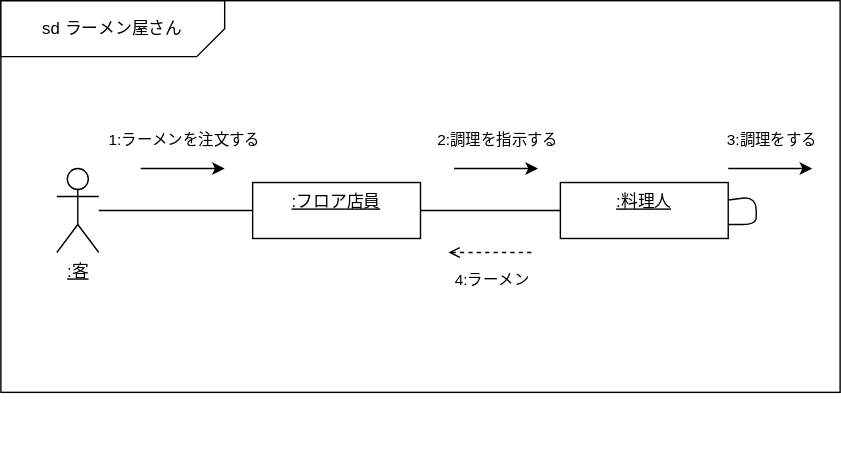
Above: 例題5-1_ラーメン注文配膳.drawio.svg in yoshidasen/uml-introduction (draw.io), before the change. Source tidied: cells renumbered, new cells last; positions are measured from the earlier drawing's top-left corner, leaving out a move shared by most shapes. Source of this version:
```xml
<mxGraphModel>
  <root>
    <mxCell id="0" />
    <mxCell id="1" parent="0" />
    <mxCell id="2" style="group;" parent="1" vertex="1">
      <mxGeometry width="600" height="320" as="geometry" />
    </mxCell>
    <mxCell id="3" style="rounded=0;whiteSpace=wrap;html=1;" parent="2" vertex="1">
      <mxGeometry width="600" height="280" as="geometry" />
    </mxCell>
    <mxCell id="4" value="sd ラーメン屋さん" style="shape=card;whiteSpace=wrap;html=1;flipH=1;flipV=1;size=20;" parent="2" vertex="1">
      <mxGeometry width="160" height="40" as="geometry" />
    </mxCell>
    <mxCell id="5" value="&lt;u&gt;:客&lt;/u&gt;" style="shape=umlActor;verticalLabelPosition=bottom;verticalAlign=top;html=1;outlineConnect=0;" parent="2" vertex="1">
      <mxGeometry x="40" y="120" width="30" height="60" as="geometry" />
    </mxCell>
    <mxCell id="6" value="&lt;u&gt;:フロア店員&lt;/u&gt;" style="whiteSpace=wrap;html=1;verticalAlign=top;" parent="2" vertex="1">
      <mxGeometry x="180" y="130" width="120" height="40" as="geometry" />
    </mxCell>
    <mxCell id="7" style="edgeStyle=none;html=1;endArrow=none;endFill=0;" parent="2" edge="1" source="5" target="6">
      <mxGeometry relative="1" as="geometry" />
    </mxCell>
    <mxCell id="8" value="&lt;u&gt;:料理人&lt;/u&gt;" style="whiteSpace=wrap;html=1;verticalAlign=top;" parent="2" vertex="1">
      <mxGeometry x="400" y="130" width="120" height="40" as="geometry" />
    </mxCell>
    <mxCell id="9" style="edgeStyle=none;html=1;endArrow=none;endFill=0;" parent="2" edge="1" source="6" target="8">
      <mxGeometry relative="1" as="geometry" />
    </mxCell>
    <mxCell id="10" style="edgeStyle=none;html=1;entryX=1;entryY=0.75;entryDx=0;entryDy=0;startArrow=none;startFill=0;endArrow=none;endFill=0;" parent="2" edge="1" source="8" target="8">
      <mxGeometry relative="1" as="geometry" />
    </mxCell>
    <mxCell id="11" style="endArrow=classic;html=1;" parent="2" edge="1">
      <mxGeometry relative="1" as="geometry">
        <mxPoint x="520" y="120" as="sourcePoint" />
        <mxPoint x="580" y="120" as="targetPoint" />
      </mxGeometry>
    </mxCell>
    <mxCell id="12" value="3:調理をする" style="edgeLabel;html=1;align=center;verticalAlign=middle;" parent="11" vertex="1">
      <mxGeometry relative="1" as="geometry">
        <mxPoint y="-20" as="offset" />
      </mxGeometry>
    </mxCell>
    <mxCell id="13" style="endArrow=classic;html=1;" parent="2" edge="1">
      <mxGeometry relative="1" as="geometry">
        <mxPoint x="100" y="120" as="sourcePoint" />
        <mxPoint x="160" y="120" as="targetPoint" />
      </mxGeometry>
    </mxCell>
    <mxCell id="14" value="1:ラーメンを注文する" style="edgeLabel;html=1;align=center;verticalAlign=middle;" parent="13" vertex="1">
      <mxGeometry relative="1" as="geometry">
        <mxPoint y="-20" as="offset" />
      </mxGeometry>
    </mxCell>
    <mxCell id="15" style="endArrow=none;html=1;startArrow=open;startFill=0;endFill=0;dashed=1;" parent="2" edge="1">
      <mxGeometry relative="1" as="geometry">
        <mxPoint x="320" y="180" as="sourcePoint" />
        <mxPoint x="380" y="180" as="targetPoint" />
      </mxGeometry>
    </mxCell>
    <mxCell id="16" value="4:ラーメン" style="edgeLabel;html=1;align=center;verticalAlign=middle;" parent="15" vertex="1">
      <mxGeometry relative="1" as="geometry">
        <mxPoint y="20" as="offset" />
      </mxGeometry>
    </mxCell>
    <mxCell id="17" style="endArrow=classic;html=1;" parent="2" edge="1">
      <mxGeometry relative="1" as="geometry">
        <mxPoint x="324" y="120" as="sourcePoint" />
        <mxPoint x="384" y="120" as="targetPoint" />
      </mxGeometry>
    </mxCell>
    <mxCell id="18" value="2:調理を指示する" style="edgeLabel;html=1;align=center;verticalAlign=middle;" parent="17" vertex="1">
      <mxGeometry relative="1" as="geometry">
        <mxPoint y="-20" as="offset" />
      </mxGeometry>
    </mxCell>
  </root>
</mxGraphModel>
```
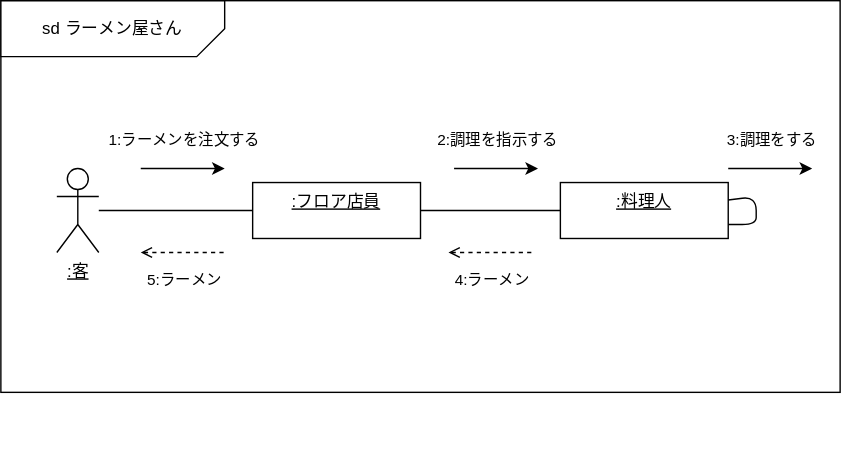
After the change.

Commit message:
例題5-1 矢印の追加

Change to the diagram source:
```diff
@@ -73,5 +73,16 @@
         <mxPoint y="-20" as="offset" />
       </mxGeometry>
     </mxCell>
+    <mxCell id="19" style="endArrow=none;html=1;startArrow=open;startFill=0;endFill=0;dashed=1;" parent="2" edge="1">
+      <mxGeometry relative="1" as="geometry">
+        <mxPoint x="100" y="180" as="sourcePoint" />
+        <mxPoint x="160" y="180" as="targetPoint" />
+      </mxGeometry>
+    </mxCell>
+    <mxCell id="20" value="5:ラーメン" style="edgeLabel;html=1;align=center;verticalAlign=middle;" parent="19" vertex="1">
+      <mxGeometry relative="1" as="geometry">
+        <mxPoint y="20" as="offset" />
+      </mxGeometry>
+    </mxCell>
   </root>
 </mxGraphModel>
```
